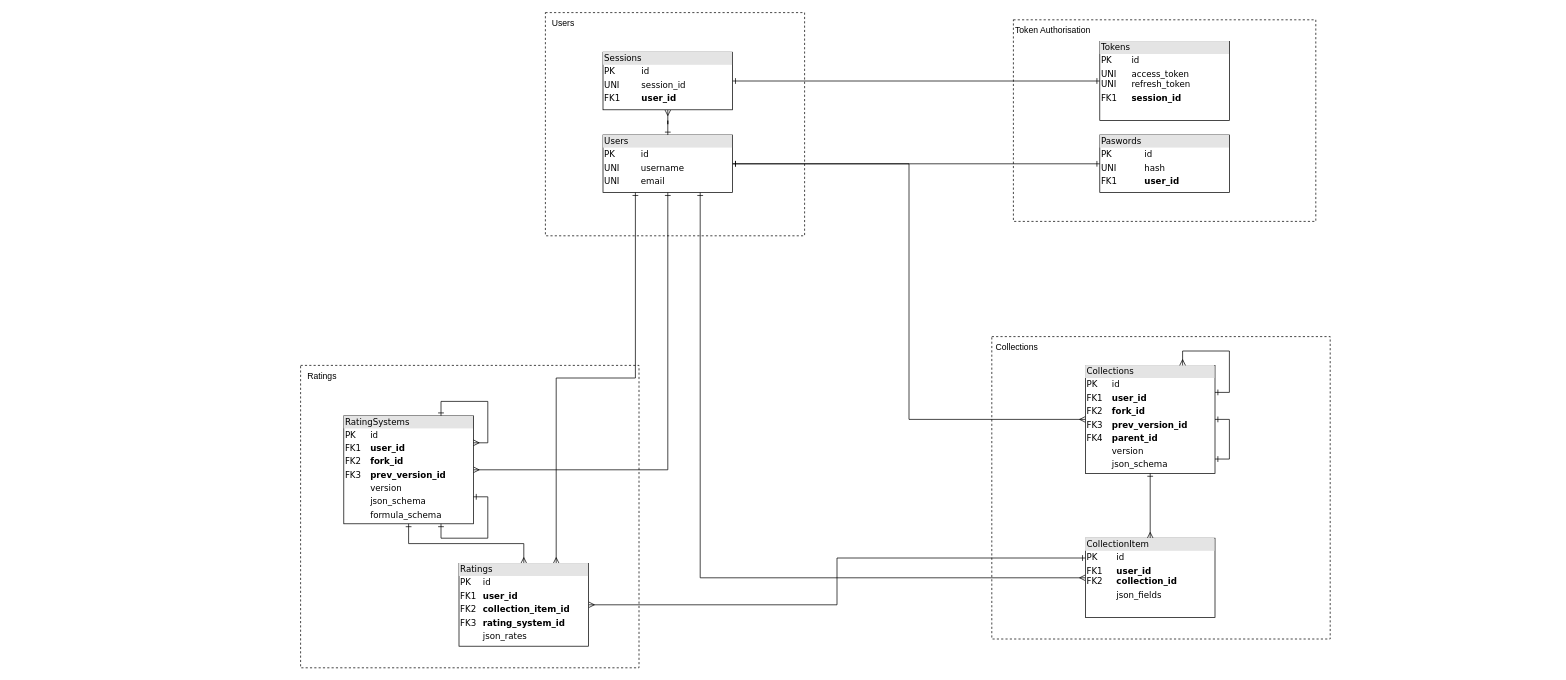
Above: rateme.drawio in rateme-io/main (draw.io), before the change. Source tidied: cells renumbered, new cells numbered last; positions are measured from the earlier drawing's top-left corner, leaving out a move shared by most shapes. Both pictures are drawn from the tidied source at 72%, with x=0, y=0 at pixel (300, 12).
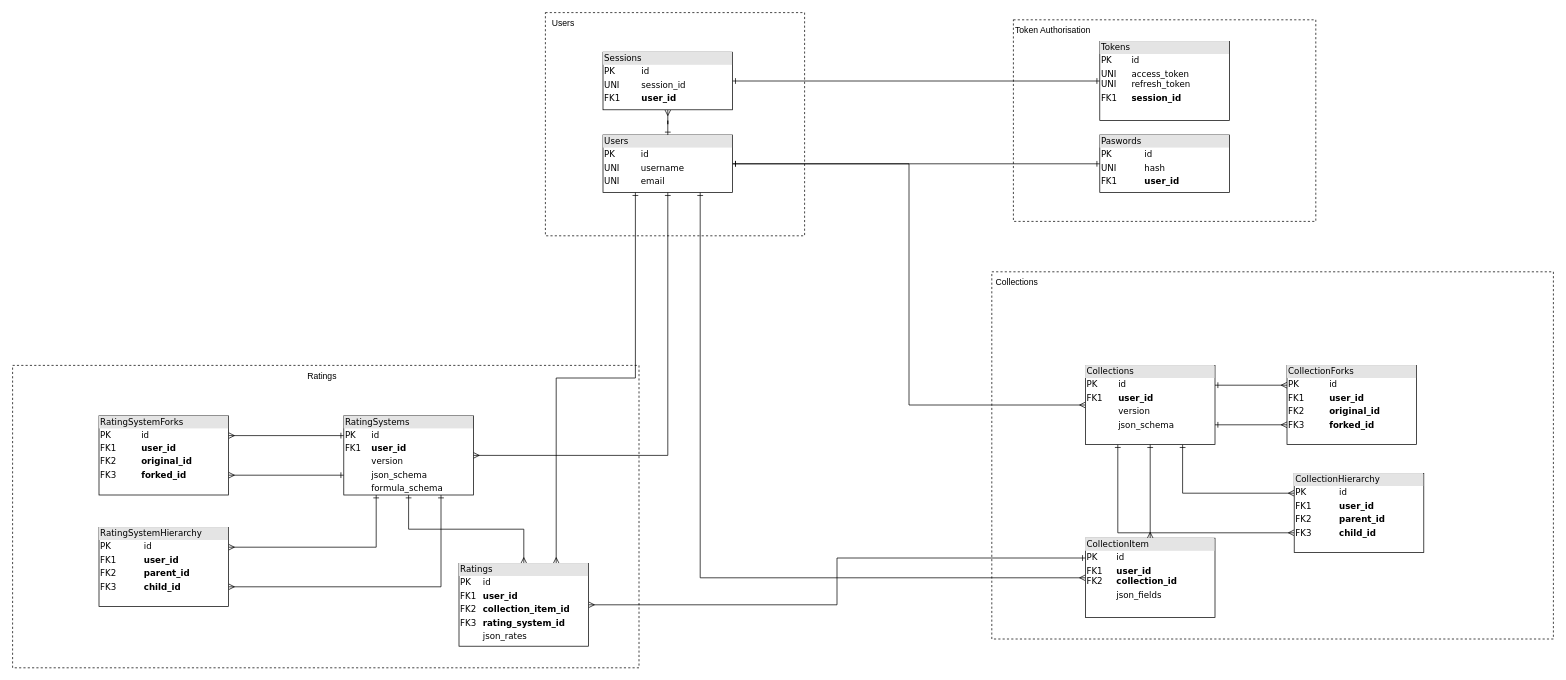
The same page after the edit.

What changed in the source:
```diff
@@
     <mxCell id="11" style="rounded=0;whiteSpace=wrap;html=1;fillColor=none;dashed=1;" parent="1" vertex="1">
-      <mxGeometry y="490" width="470" height="420" as="geometry" />
+      <mxGeometry x="-400" y="490" width="870" height="420" as="geometry" />
     </mxCell>
@@
     <mxCell id="13" style="rounded=0;whiteSpace=wrap;html=1;fillColor=none;dashed=1;" parent="1" vertex="1">
-      <mxGeometry x="960" y="450" width="470" height="420" as="geometry" />
+      <mxGeometry x="960" y="360" width="780" height="510" as="geometry" />
     </mxCell>
     <mxCell id="14" value="Collections" style="text;html=1;align=center;verticalAlign=middle;whiteSpace=wrap;rounded=0;" parent="1" vertex="1">
-      <mxGeometry x="960" y="450" width="70" height="30" as="geometry" />
+      <mxGeometry x="960" y="360" width="70" height="30" as="geometry" />
     </mxCell>
+    <mxCell id="38" style="edgeStyle=orthogonalEdgeStyle;rounded=0;jettySize=auto;html=1;exitX=0;exitY=0.25;exitDx=0;exitDy=0;entryX=1;entryY=0.25;entryDx=0;entryDy=0;startArrow=ERmany;startFill=0;endArrow=ERone;endFill=0;" parent="1" edge="1" source="40" target="27">
+      <mxGeometry relative="1" as="geometry" />
+    </mxCell>
+    <mxCell id="39" style="edgeStyle=orthogonalEdgeStyle;rounded=0;jettySize=auto;html=1;exitX=0;exitY=0.75;exitDx=0;exitDy=0;entryX=1;entryY=0.75;entryDx=0;entryDy=0;startArrow=ERmany;startFill=0;endArrow=ERone;endFill=0;" parent="1" edge="1" source="40" target="27">
+      <mxGeometry relative="1" as="geometry" />
+    </mxCell>
+    <mxCell id="40" value="&lt;div style=&quot;box-sizing: border-box; width: 100%; background: rgb(228, 228, 228); padding: 2px;&quot;&gt;CollectionForks&lt;/div&gt;&lt;table style=&quot;width:100%;font-size:1em;&quot; cellpadding=&quot;2&quot; cellspacing=&quot;0&quot;&gt;&lt;tbody&gt;&lt;tr&gt;&lt;td&gt;PK&lt;/td&gt;&lt;td&gt;id&lt;/td&gt;&lt;/tr&gt;&lt;tr&gt;&lt;td&gt;FK1&lt;/td&gt;&lt;td&gt;&lt;b&gt;user_id&lt;/b&gt;&lt;/td&gt;&lt;/tr&gt;&lt;tr&gt;&lt;td&gt;FK2&lt;span style=&quot;white-space: pre;&quot;&gt;&#9;&lt;/span&gt;&lt;/td&gt;&lt;td&gt;&lt;b&gt;original_id&lt;/b&gt;&lt;/td&gt;&lt;/tr&gt;&lt;tr&gt;&lt;td&gt;FK3&lt;/td&gt;&lt;td&gt;&lt;b&gt;forked_id&lt;/b&gt;&lt;/td&gt;&lt;/tr&gt;&lt;/tbody&gt;&lt;/table&gt;" style="verticalAlign=top;align=left;overflow=fill;html=1;rounded=0;shadow=0;comic=0;labelBackgroundColor=none;strokeWidth=1;fontFamily=Verdana;fontSize=12;" parent="1" vertex="1">
+      <mxGeometry x="1370" y="490" width="180" height="110" as="geometry" />
+    </mxCell>
+    <mxCell id="41" style="edgeStyle=orthogonalEdgeStyle;rounded=0;jettySize=auto;html=1;exitX=0;exitY=0.25;exitDx=0;exitDy=0;entryX=0.75;entryY=1;entryDx=0;entryDy=0;startArrow=ERmany;startFill=0;endArrow=ERone;endFill=0;" parent="1" edge="1" source="43" target="27">
+      <mxGeometry relative="1" as="geometry" />
+    </mxCell>
+    <mxCell id="42" style="edgeStyle=orthogonalEdgeStyle;rounded=0;jettySize=auto;html=1;exitX=0;exitY=0.75;exitDx=0;exitDy=0;entryX=0.25;entryY=1;entryDx=0;entryDy=0;startArrow=ERmany;startFill=0;endArrow=ERone;endFill=0;" parent="1" edge="1" source="43" target="27">
+      <mxGeometry relative="1" as="geometry" />
+    </mxCell>
+    <mxCell id="43" value="&lt;div style=&quot;box-sizing: border-box; width: 100%; background: rgb(228, 228, 228); padding: 2px;&quot;&gt;CollectionHierarchy&lt;/div&gt;&lt;table style=&quot;width:100%;font-size:1em;&quot; cellpadding=&quot;2&quot; cellspacing=&quot;0&quot;&gt;&lt;tbody&gt;&lt;tr&gt;&lt;td&gt;PK&lt;/td&gt;&lt;td&gt;id&lt;/td&gt;&lt;/tr&gt;&lt;tr&gt;&lt;td&gt;FK1&lt;/td&gt;&lt;td&gt;&lt;b&gt;user_id&lt;/b&gt;&lt;/td&gt;&lt;/tr&gt;&lt;tr&gt;&lt;td&gt;FK2&lt;span style=&quot;white-space: pre;&quot;&gt;&#9;&lt;/span&gt;&lt;/td&gt;&lt;td&gt;&lt;b&gt;parent_id&lt;/b&gt;&lt;/td&gt;&lt;/tr&gt;&lt;tr&gt;&lt;td&gt;FK3&lt;/td&gt;&lt;td&gt;&lt;b&gt;child_id&lt;/b&gt;&lt;/td&gt;&lt;/tr&gt;&lt;/tbody&gt;&lt;/table&gt;" style="verticalAlign=top;align=left;overflow=fill;html=1;rounded=0;shadow=0;comic=0;labelBackgroundColor=none;strokeWidth=1;fontFamily=Verdana;fontSize=12;" parent="1" vertex="1">
+      <mxGeometry x="1380" y="640" width="180" height="110" as="geometry" />
+    </mxCell>
+    <mxCell id="44" style="edgeStyle=orthogonalEdgeStyle;rounded=0;jettySize=auto;html=1;exitX=1;exitY=0.25;exitDx=0;exitDy=0;entryX=0;entryY=0.25;entryDx=0;entryDy=0;endArrow=ERone;endFill=0;startArrow=ERmany;startFill=0;" parent="1" edge="1" source="46" target="28">
+      <mxGeometry relative="1" as="geometry" />
+    </mxCell>
+    <mxCell id="45" style="edgeStyle=orthogonalEdgeStyle;rounded=0;jettySize=auto;html=1;exitX=1;exitY=0.75;exitDx=0;exitDy=0;entryX=0;entryY=0.75;entryDx=0;entryDy=0;endArrow=ERone;endFill=0;startArrow=ERmany;startFill=0;" parent="1" edge="1" source="46" target="28">
+      <mxGeometry relative="1" as="geometry" />
+    </mxCell>
+    <mxCell id="46" value="&lt;div style=&quot;box-sizing: border-box; width: 100%; background: rgb(228, 228, 228); padding: 2px;&quot;&gt;RatingSystemForks&lt;/div&gt;&lt;table style=&quot;width:100%;font-size:1em;&quot; cellpadding=&quot;2&quot; cellspacing=&quot;0&quot;&gt;&lt;tbody&gt;&lt;tr&gt;&lt;td&gt;PK&lt;/td&gt;&lt;td&gt;id&lt;/td&gt;&lt;/tr&gt;&lt;tr&gt;&lt;td&gt;FK1&lt;/td&gt;&lt;td&gt;&lt;b&gt;user_id&lt;/b&gt;&lt;/td&gt;&lt;/tr&gt;&lt;tr&gt;&lt;td&gt;FK2&lt;span style=&quot;white-space: pre;&quot;&gt;&#9;&lt;/span&gt;&lt;/td&gt;&lt;td&gt;&lt;b&gt;original_id&lt;/b&gt;&lt;/td&gt;&lt;/tr&gt;&lt;tr&gt;&lt;td&gt;FK3&lt;/td&gt;&lt;td&gt;&lt;b&gt;forked_id&lt;/b&gt;&lt;/td&gt;&lt;/tr&gt;&lt;/tbody&gt;&lt;/table&gt;" style="verticalAlign=top;align=left;overflow=fill;html=1;rounded=0;shadow=0;comic=0;labelBackgroundColor=none;strokeWidth=1;fontFamily=Verdana;fontSize=12;" parent="1" vertex="1">
+      <mxGeometry x="-280" y="560" width="180" height="110" as="geometry" />
+    </mxCell>
+    <mxCell id="47" style="edgeStyle=orthogonalEdgeStyle;rounded=0;jettySize=auto;html=1;exitX=1;exitY=0.25;exitDx=0;exitDy=0;entryX=0.25;entryY=1;entryDx=0;entryDy=0;endArrow=ERone;endFill=0;startArrow=ERmany;startFill=0;" parent="1" edge="1" source="49" target="28">
+      <mxGeometry relative="1" as="geometry" />
+    </mxCell>
+    <mxCell id="48" style="edgeStyle=orthogonalEdgeStyle;rounded=0;jettySize=auto;html=1;exitX=1;exitY=0.75;exitDx=0;exitDy=0;entryX=0.75;entryY=1;entryDx=0;entryDy=0;endArrow=ERone;endFill=0;startArrow=ERmany;startFill=0;" parent="1" edge="1" source="49" target="28">
+      <mxGeometry relative="1" as="geometry" />
+    </mxCell>
+    <mxCell id="49" value="&lt;div style=&quot;box-sizing: border-box; width: 100%; background: rgb(228, 228, 228); padding: 2px;&quot;&gt;RatingSystemHierarchy&lt;/div&gt;&lt;table style=&quot;width:100%;font-size:1em;&quot; cellpadding=&quot;2&quot; cellspacing=&quot;0&quot;&gt;&lt;tbody&gt;&lt;tr&gt;&lt;td&gt;PK&lt;/td&gt;&lt;td&gt;id&lt;/td&gt;&lt;/tr&gt;&lt;tr&gt;&lt;td&gt;FK1&lt;/td&gt;&lt;td&gt;&lt;b&gt;user_id&lt;/b&gt;&lt;/td&gt;&lt;/tr&gt;&lt;tr&gt;&lt;td&gt;FK2&lt;span style=&quot;white-space: pre;&quot;&gt;&#9;&lt;/span&gt;&lt;/td&gt;&lt;td&gt;&lt;b&gt;parent_id&lt;/b&gt;&lt;/td&gt;&lt;/tr&gt;&lt;tr&gt;&lt;td&gt;FK3&lt;/td&gt;&lt;td&gt;&lt;b&gt;child_id&lt;/b&gt;&lt;/td&gt;&lt;/tr&gt;&lt;/tbody&gt;&lt;/table&gt;" style="verticalAlign=top;align=left;overflow=fill;html=1;rounded=0;shadow=0;comic=0;labelBackgroundColor=none;strokeWidth=1;fontFamily=Verdana;fontSize=12;" parent="1" vertex="1">
+      <mxGeometry x="-280" y="715" width="180" height="110" as="geometry" />
+    </mxCell>
@@
-    <mxCell id="27" value="&lt;div style=&quot;box-sizing: border-box; width: 100%; background: rgb(228, 228, 228); padding: 2px;&quot;&gt;Collections&lt;/div&gt;&lt;table style=&quot;width:100%;font-size:1em;&quot; cellpadding=&quot;2&quot; cellspacing=&quot;0&quot;&gt;&lt;tbody&gt;&lt;tr&gt;&lt;td&gt;PK&lt;/td&gt;&lt;td&gt;id&lt;/td&gt;&lt;/tr&gt;&lt;tr&gt;&lt;td&gt;FK1&lt;/td&gt;&lt;td&gt;&lt;b&gt;user_id&lt;/b&gt;&lt;/td&gt;&lt;/tr&gt;&lt;tr&gt;&lt;td&gt;FK2&lt;/td&gt;&lt;td&gt;&lt;b&gt;fork_id&lt;/b&gt;&lt;/td&gt;&lt;/tr&gt;&lt;tr&gt;&lt;td&gt;FK3&lt;/td&gt;&lt;td&gt;&lt;b&gt;prev_version_id&lt;/b&gt;&lt;/td&gt;&lt;/tr&gt;&lt;tr&gt;&lt;td&gt;FK4&lt;/td&gt;&lt;td&gt;&lt;b&gt;parent_id&lt;/b&gt;&lt;/td&gt;&lt;/tr&gt;&lt;tr&gt;&lt;td&gt;&lt;br&gt;&lt;/td&gt;&lt;td&gt;version&lt;/td&gt;&lt;/tr&gt;&lt;tr&gt;&lt;td&gt;&lt;br&gt;&lt;/td&gt;&lt;td&gt;json_schema&lt;/td&gt;&lt;/tr&gt;&lt;/tbody&gt;&lt;/table&gt;" style="verticalAlign=top;align=left;overflow=fill;html=1;rounded=0;shadow=0;comic=0;labelBackgroundColor=none;strokeWidth=1;fontFamily=Verdana;fontSize=12;" parent="26" vertex="1">
-      <mxGeometry x="1090" y="490" width="180" height="150" as="geometry" />
+    <mxCell id="27" value="&lt;div style=&quot;box-sizing: border-box; width: 100%; background: rgb(228, 228, 228); padding: 2px;&quot;&gt;Collections&lt;/div&gt;&lt;table style=&quot;width:100%;font-size:1em;&quot; cellpadding=&quot;2&quot; cellspacing=&quot;0&quot;&gt;&lt;tbody&gt;&lt;tr&gt;&lt;td&gt;PK&lt;/td&gt;&lt;td&gt;id&lt;/td&gt;&lt;/tr&gt;&lt;tr&gt;&lt;td&gt;FK1&lt;/td&gt;&lt;td&gt;&lt;b&gt;user_id&lt;/b&gt;&lt;/td&gt;&lt;/tr&gt;&lt;tr&gt;&lt;td&gt;&lt;br&gt;&lt;/td&gt;&lt;td&gt;version&lt;/td&gt;&lt;/tr&gt;&lt;tr&gt;&lt;td&gt;&lt;br&gt;&lt;/td&gt;&lt;td&gt;json_schema&lt;/td&gt;&lt;/tr&gt;&lt;/tbody&gt;&lt;/table&gt;" style="verticalAlign=top;align=left;overflow=fill;html=1;rounded=0;shadow=0;comic=0;labelBackgroundColor=none;strokeWidth=1;fontFamily=Verdana;fontSize=12;" parent="26" vertex="1">
+      <mxGeometry x="1090" y="490" width="180" height="110" as="geometry" />
     </mxCell>
-    <mxCell id="28" value="&lt;div style=&quot;box-sizing: border-box; width: 100%; background: rgb(228, 228, 228); padding: 2px;&quot;&gt;RatingSystems&lt;/div&gt;&lt;table style=&quot;width:100%;font-size:1em;&quot; cellpadding=&quot;2&quot; cellspacing=&quot;0&quot;&gt;&lt;tbody&gt;&lt;tr&gt;&lt;td&gt;PK&lt;/td&gt;&lt;td&gt;id&lt;/td&gt;&lt;/tr&gt;&lt;tr&gt;&lt;td&gt;FK1&lt;/td&gt;&lt;td&gt;&lt;b&gt;user_id&lt;/b&gt;&lt;/td&gt;&lt;/tr&gt;&lt;tr&gt;&lt;td&gt;FK2&lt;/td&gt;&lt;td&gt;&lt;b&gt;fork_id&lt;/b&gt;&lt;/td&gt;&lt;/tr&gt;&lt;tr&gt;&lt;td&gt;FK3&lt;/td&gt;&lt;td&gt;&lt;b&gt;prev_version_id&lt;/b&gt;&lt;/td&gt;&lt;/tr&gt;&lt;tr&gt;&lt;td&gt;&lt;br&gt;&lt;/td&gt;&lt;td&gt;version&lt;/td&gt;&lt;/tr&gt;&lt;tr&gt;&lt;td&gt;&lt;br&gt;&lt;/td&gt;&lt;td&gt;json_schema&lt;/td&gt;&lt;/tr&gt;&lt;tr&gt;&lt;td&gt;&lt;br&gt;&lt;/td&gt;&lt;td&gt;formula_schema&lt;/td&gt;&lt;/tr&gt;&lt;tr&gt;&lt;td&gt;&lt;br&gt;&lt;br&gt;&lt;/td&gt;&lt;td&gt;&lt;br&gt;&lt;/td&gt;&lt;/tr&gt;&lt;tr&gt;&lt;td&gt;&lt;br&gt;&lt;/td&gt;&lt;td&gt;&lt;br&gt;&lt;/td&gt;&lt;/tr&gt;&lt;tr&gt;&lt;td&gt;&lt;br&gt;&lt;/td&gt;&lt;td&gt;&lt;br&gt;&lt;/td&gt;&lt;/tr&gt;&lt;tr&gt;&lt;td&gt;&lt;br&gt;&lt;/td&gt;&lt;td&gt;&lt;br&gt;&lt;/td&gt;&lt;/tr&gt;&lt;/tbody&gt;&lt;/table&gt;" style="verticalAlign=top;align=left;overflow=fill;html=1;rounded=0;shadow=0;comic=0;labelBackgroundColor=none;strokeWidth=1;fontFamily=Verdana;fontSize=12;" parent="26" vertex="1">
-      <mxGeometry x="60" y="560" width="180" height="150" as="geometry" />
+    <mxCell id="28" value="&lt;div style=&quot;box-sizing: border-box; width: 100%; background: rgb(228, 228, 228); padding: 2px;&quot;&gt;RatingSystems&lt;/div&gt;&lt;table style=&quot;width:100%;font-size:1em;&quot; cellpadding=&quot;2&quot; cellspacing=&quot;0&quot;&gt;&lt;tbody&gt;&lt;tr&gt;&lt;td&gt;PK&lt;/td&gt;&lt;td&gt;id&lt;/td&gt;&lt;/tr&gt;&lt;tr&gt;&lt;td&gt;FK1&lt;/td&gt;&lt;td&gt;&lt;b&gt;user_id&lt;/b&gt;&lt;/td&gt;&lt;/tr&gt;&lt;tr&gt;&lt;td&gt;&lt;br&gt;&lt;/td&gt;&lt;td&gt;version&lt;/td&gt;&lt;/tr&gt;&lt;tr&gt;&lt;td&gt;&lt;br&gt;&lt;/td&gt;&lt;td&gt;json_schema&lt;/td&gt;&lt;/tr&gt;&lt;tr&gt;&lt;td&gt;&lt;br&gt;&lt;/td&gt;&lt;td&gt;formula_schema&lt;/td&gt;&lt;/tr&gt;&lt;tr&gt;&lt;td&gt;&lt;br&gt;&lt;br&gt;&lt;/td&gt;&lt;td&gt;&lt;br&gt;&lt;/td&gt;&lt;/tr&gt;&lt;tr&gt;&lt;td&gt;&lt;br&gt;&lt;/td&gt;&lt;td&gt;&lt;br&gt;&lt;/td&gt;&lt;/tr&gt;&lt;tr&gt;&lt;td&gt;&lt;br&gt;&lt;/td&gt;&lt;td&gt;&lt;br&gt;&lt;/td&gt;&lt;/tr&gt;&lt;tr&gt;&lt;td&gt;&lt;br&gt;&lt;/td&gt;&lt;td&gt;&lt;br&gt;&lt;/td&gt;&lt;/tr&gt;&lt;/tbody&gt;&lt;/table&gt;" style="verticalAlign=top;align=left;overflow=fill;html=1;rounded=0;shadow=0;comic=0;labelBackgroundColor=none;strokeWidth=1;fontFamily=Verdana;fontSize=12;" parent="26" vertex="1">
+      <mxGeometry x="60" y="560" width="180" height="110" as="geometry" />
     </mxCell>
@@
-    <mxCell id="34" style="edgeStyle=orthogonalEdgeStyle;rounded=0;orthogonalLoop=1;jettySize=auto;html=1;exitX=1;exitY=0.5;exitDx=0;exitDy=0;entryX=1;entryY=0.867;entryDx=0;entryDy=0;entryPerimeter=0;endArrow=ERone;endFill=0;startArrow=ERone;startFill=0;" parent="26" edge="1" source="27" target="27">
-      <mxGeometry relative="1" as="geometry" />
-    </mxCell>
-    <mxCell id="35" style="edgeStyle=orthogonalEdgeStyle;rounded=0;orthogonalLoop=1;jettySize=auto;html=1;exitX=0.75;exitY=0;exitDx=0;exitDy=0;entryX=1;entryY=0.25;entryDx=0;entryDy=0;endArrow=ERone;endFill=0;startArrow=ERmany;startFill=0;" parent="26" edge="1" source="27" target="27">
-      <mxGeometry relative="1" as="geometry" />
-    </mxCell>
-    <mxCell id="36" style="edgeStyle=orthogonalEdgeStyle;rounded=0;orthogonalLoop=1;jettySize=auto;html=1;exitX=0.75;exitY=0;exitDx=0;exitDy=0;entryX=1;entryY=0.25;entryDx=0;entryDy=0;startArrow=ERone;startFill=0;endArrow=ERmany;endFill=0;" parent="26" edge="1" source="28" target="28">
-      <mxGeometry relative="1" as="geometry" />
-    </mxCell>
-    <mxCell id="37" style="edgeStyle=orthogonalEdgeStyle;rounded=0;orthogonalLoop=1;jettySize=auto;html=1;exitX=1;exitY=0.75;exitDx=0;exitDy=0;entryX=0.75;entryY=1;entryDx=0;entryDy=0;endArrow=ERone;endFill=0;startArrow=ERone;startFill=0;" parent="26" edge="1" source="28" target="28">
-      <mxGeometry relative="1" as="geometry" />
-    </mxCell>
```
